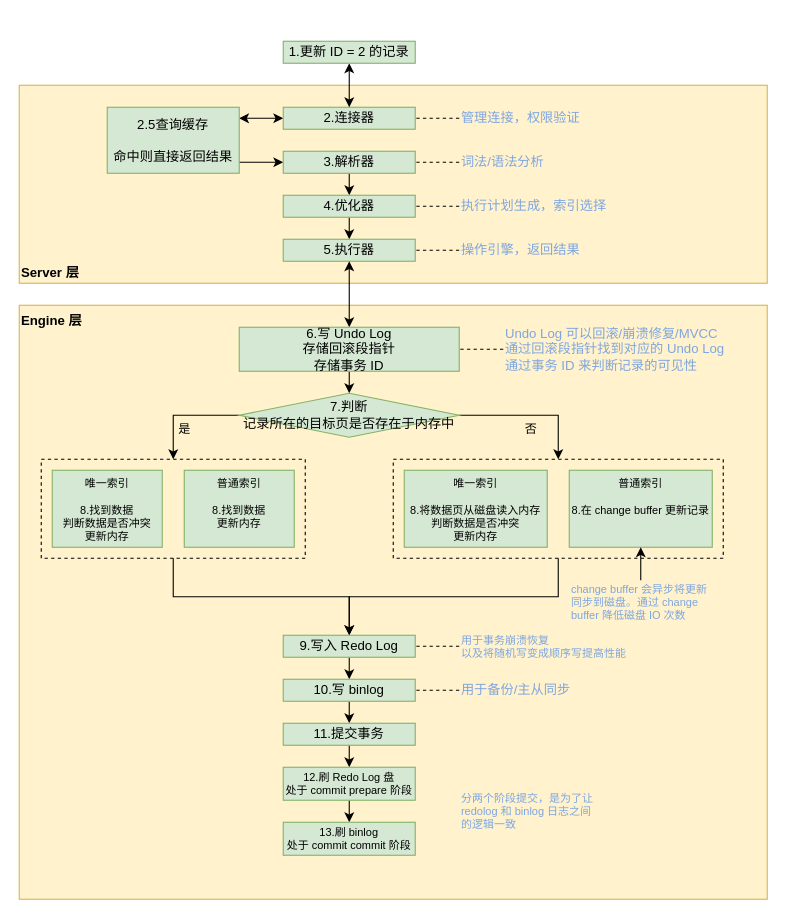
Before: homework/src/main/resources/MySQL 详细执行流程.drawio in YufuMxl/geek_java_practise, a draw.io diagram. Source tidied: cells renumbered, new cells numbered last; positions are measured from the earlier drawing's top-left corner, leaving out a move shared by most shapes. Both pictures are drawn from the tidied source at 110%, with x=0, y=0 at pixel (19, 41).
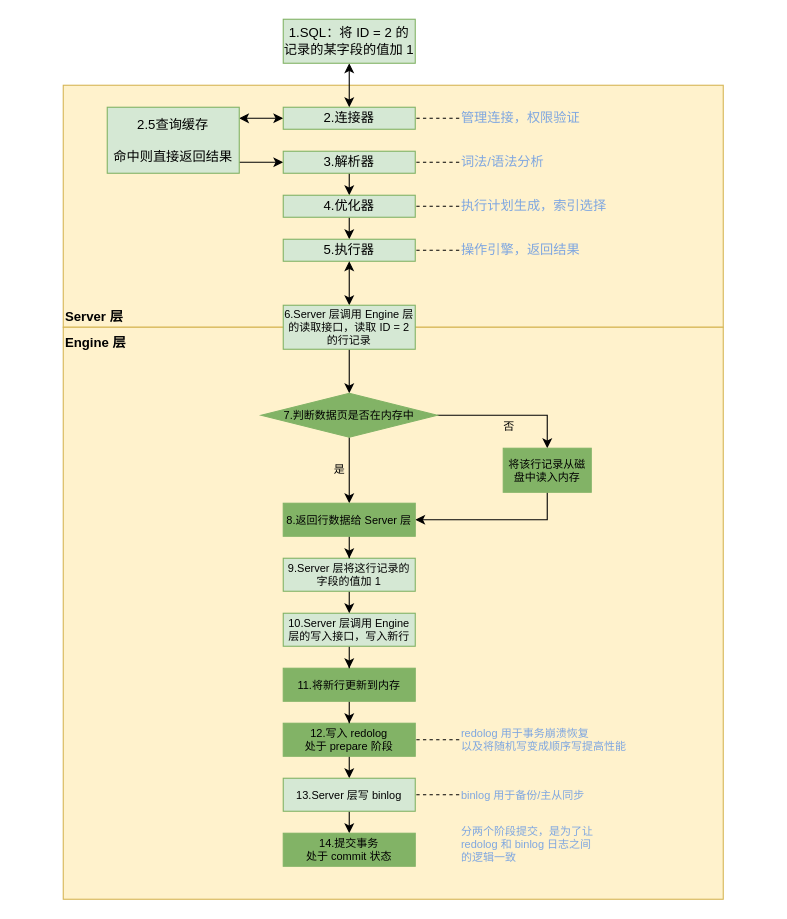
The same diagram, later.

Commit message:
更新MySQL 详细执行流程.drawio

Diff of the diagram source:
```diff
@@
     <mxCell id="2" value="Server 层" style="rounded=0;whiteSpace=wrap;html=1;fillColor=#fff2cc;strokeColor=#d6b656;align=left;verticalAlign=bottom;fontStyle=1;" parent="1" vertex="1">
-      <mxGeometry y="40" width="680" height="180" as="geometry" />
+      <mxGeometry x="40" y="40" width="600" height="220" as="geometry" />
     </mxCell>
@@
-    <mxCell id="13" value="1.更新 ID = 2 的记录" style="rounded=0;whiteSpace=wrap;html=1;fillColor=#d5e8d4;strokeColor=#82b366;" parent="1" vertex="1">
-      <mxGeometry x="240" width="120" height="20" as="geometry" />
+    <mxCell id="13" value="1.SQL：将 ID = 2 的记录的某字段的值加 1" style="rounded=0;whiteSpace=wrap;html=1;fillColor=#d5e8d4;strokeColor=#82b366;" parent="1" vertex="1">
+      <mxGeometry x="240" y="-20" width="120" height="40" as="geometry" />
     </mxCell>
@@
     <mxCell id="22" value="Engine 层" style="rounded=0;whiteSpace=wrap;html=1;fillColor=#fff2cc;strokeColor=#d6b656;align=left;verticalAlign=top;fontStyle=1;" parent="1" vertex="1">
-      <mxGeometry y="240" width="680" height="540" as="geometry" />
+      <mxGeometry x="40" y="260" width="600" height="520" as="geometry" />
     </mxCell>
@@
-    <mxCell id="25" value="&lt;div&gt;6.写 Undo Log&lt;/div&gt;&lt;div&gt;存储回滚段指针&lt;/div&gt;&lt;div&gt;存储事务 ID&lt;br&gt;&lt;/div&gt;" style="rounded=0;whiteSpace=wrap;html=1;fillColor=#d5e8d4;strokeColor=#82b366;" parent="1" vertex="1">
-      <mxGeometry x="200" y="260" width="200" height="40" as="geometry" />
+    <mxCell id="25" value="6.Server 层调用 Engine 层的读取接口，读取 ID = 2 的行记录" style="rounded=0;whiteSpace=wrap;html=1;fillColor=#d5e8d4;strokeColor=#82b366;fontSize=10;" parent="1" vertex="1">
+      <mxGeometry x="240" y="240" width="120" height="40" as="geometry" />
     </mxCell>
-    <mxCell id="26" style="edgeStyle=orthogonalEdgeStyle;rounded=0;jettySize=auto;html=1;entryX=1;entryY=0.5;entryDx=0;entryDy=0;endArrow=none;endFill=0;dashed=1;" parent="1" edge="1" source="27" target="25">
-      <mxGeometry relative="1" as="geometry" />
-    </mxCell>
-    <mxCell id="27" value="&lt;div&gt;Undo Log 可以回滚/崩溃修复/MVCC&lt;/div&gt;&lt;div&gt;通过回滚段指针找到对应的 Undo Log&lt;/div&gt;&lt;div&gt;通过事务 ID 来判断记录的可见性&lt;/div&gt;" style="text;html=1;strokeColor=none;fillColor=none;align=left;verticalAlign=middle;whiteSpace=wrap;rounded=0;fontColor=#7EA6E0;" parent="1" vertex="1">
-      <mxGeometry x="440" y="260" width="210" height="40" as="geometry" />
-    </mxCell>
+    <mxCell id="55" style="edgeStyle=orthogonalEdgeStyle;rounded=0;jettySize=auto;html=1;fontSize=10;" parent="1" edge="1" source="30" target="64">
+      <mxGeometry relative="1" as="geometry" />
+    </mxCell>
-    <mxCell id="28" value="是" style="edgeStyle=orthogonalEdgeStyle;rounded=0;jettySize=auto;html=1;exitX=0;exitY=0.5;exitDx=0;exitDy=0;entryX=0.5;entryY=0;entryDx=0;entryDy=0;startArrow=none;startFill=0;endArrow=classic;endFill=1;labelBackgroundColor=none;verticalAlign=top;" parent="1" edge="1" source="30" target="32">
-      <mxGeometry relative="1" as="geometry" />
+    <mxCell id="28" value="是" style="edgeLabel;html=1;align=center;verticalAlign=middle;fontSize=10;labelBackgroundColor=none;" parent="55" vertex="1">
+      <mxGeometry x="-0.08" y="1" relative="1" as="geometry">
+        <mxPoint x="-11" as="offset" />
+      </mxGeometry>
     </mxCell>
-    <mxCell id="29" value="否" style="edgeStyle=orthogonalEdgeStyle;rounded=0;jettySize=auto;html=1;exitX=1;exitY=0.5;exitDx=0;exitDy=0;entryX=0.5;entryY=0;entryDx=0;entryDy=0;startArrow=none;startFill=0;endArrow=classic;endFill=1;labelBackgroundColor=none;verticalAlign=top;" parent="1" edge="1" source="30" target="34">
-      <mxGeometry relative="1" as="geometry" />
+    <mxCell id="29" value="&lt;div&gt;否&lt;/div&gt;" style="edgeStyle=orthogonalEdgeStyle;rounded=0;jettySize=auto;html=1;entryX=0.5;entryY=0;entryDx=0;entryDy=0;fontSize=10;labelBackgroundColor=none;" parent="1" edge="1" source="30" target="37">
+      <mxGeometry y="-10" relative="1" as="geometry" />
     </mxCell>
-    <mxCell id="30" value="&lt;div&gt;7.判断&lt;/div&gt;&lt;div&gt;记录所在的目标页是否存在于内存中&lt;/div&gt;" style="rhombus;whiteSpace=wrap;html=1;fillColor=#d5e8d4;strokeColor=#82b366;" parent="1" vertex="1">
-      <mxGeometry x="200" y="320" width="200" height="40" as="geometry" />
+    <mxCell id="30" value="&lt;div style=&quot;font-size: 10px;&quot;&gt;7.判断数据页是否在内存中&lt;/div&gt;" style="rhombus;whiteSpace=wrap;html=1;fillColor=#82B366;strokeColor=#82b366;fontSize=10;" parent="1" vertex="1">
+      <mxGeometry x="220" y="320" width="160" height="40" as="geometry" />
     </mxCell>
-    <mxCell id="31" style="edgeStyle=orthogonalEdgeStyle;rounded=0;jettySize=auto;html=1;exitX=0.5;exitY=1;exitDx=0;exitDy=0;entryX=0.5;entryY=0;entryDx=0;entryDy=0;labelBackgroundColor=none;fontSize=10;startArrow=none;startFill=0;endArrow=classic;endFill=1;" parent="1" edge="1" source="32" target="42">
-      <mxGeometry relative="1" as="geometry" />
-    </mxCell>
-    <mxCell id="32" style="rounded=0;whiteSpace=wrap;html=1;fillColor=none;dashed=1;" parent="1" vertex="1">
-      <mxGeometry x="20" y="380" width="240" height="90" as="geometry" />
-    </mxCell>
-    <mxCell id="33" style="edgeStyle=orthogonalEdgeStyle;rounded=0;jettySize=auto;html=1;exitX=0.5;exitY=1;exitDx=0;exitDy=0;entryX=0.5;entryY=0;entryDx=0;entryDy=0;labelBackgroundColor=none;fontSize=10;startArrow=none;startFill=0;endArrow=classic;endFill=1;" parent="1" edge="1" source="34" target="42">
-      <mxGeometry relative="1" as="geometry" />
-    </mxCell>
-    <mxCell id="34" style="rounded=0;whiteSpace=wrap;html=1;fillColor=none;dashed=1;" parent="1" vertex="1">
-      <mxGeometry x="340" y="380" width="300" height="90" as="geometry" />
-    </mxCell>
-    <mxCell id="35" value="&lt;div style=&quot;font-size: 10px;&quot;&gt;唯一索引&lt;/div&gt;&lt;div style=&quot;font-size: 10px;&quot;&gt;&lt;br style=&quot;font-size: 10px;&quot;&gt;&lt;/div&gt;&lt;div style=&quot;font-size: 10px;&quot;&gt;8.找到数据&lt;/div&gt;&lt;div style=&quot;font-size: 10px;&quot;&gt;判断数据是否冲突&lt;/div&gt;&lt;div style=&quot;font-size: 10px;&quot;&gt;更新内存&lt;br style=&quot;font-size: 10px;&quot;&gt;&lt;/div&gt;" style="rounded=0;whiteSpace=wrap;html=1;labelBackgroundColor=none;fillColor=#d5e8d4;strokeColor=#82b366;verticalAlign=top;fontSize=10;" parent="1" vertex="1">
-      <mxGeometry x="30" y="390" width="100" height="70" as="geometry" />
-    </mxCell>
-    <mxCell id="36" value="&lt;div style=&quot;font-size: 10px;&quot;&gt;普通索引&lt;/div&gt;&lt;div style=&quot;font-size: 10px;&quot;&gt;&lt;br style=&quot;font-size: 10px;&quot;&gt;&lt;/div&gt;&lt;div style=&quot;font-size: 10px;&quot;&gt;8.找到数据&lt;/div&gt;&lt;div style=&quot;font-size: 10px;&quot;&gt;更新内存&lt;br style=&quot;font-size: 10px;&quot;&gt;&lt;/div&gt;" style="rounded=0;whiteSpace=wrap;html=1;labelBackgroundColor=none;fillColor=#d5e8d4;strokeColor=#82b366;verticalAlign=top;fontSize=10;" parent="1" vertex="1">
-      <mxGeometry x="150" y="390" width="100" height="70" as="geometry" />
-    </mxCell>
+    <mxCell id="56" style="edgeStyle=orthogonalEdgeStyle;rounded=0;jettySize=auto;html=1;entryX=1;entryY=0.5;entryDx=0;entryDy=0;fontSize=10;exitX=0.5;exitY=1;exitDx=0;exitDy=0;" parent="1" edge="1" source="37" target="64">
+      <mxGeometry relative="1" as="geometry" />
+    </mxCell>
-    <mxCell id="37" value="&lt;div style=&quot;font-size: 10px;&quot;&gt;唯一索引&lt;br style=&quot;font-size: 10px;&quot;&gt;&lt;/div&gt;&lt;div style=&quot;font-size: 10px;&quot;&gt;&lt;br style=&quot;font-size: 10px;&quot;&gt;&lt;/div&gt;&lt;div style=&quot;font-size: 10px;&quot;&gt;8.将数据页从磁盘读入内存&lt;/div&gt;&lt;div style=&quot;font-size: 10px;&quot;&gt;判断数据是否冲突&lt;br style=&quot;font-size: 10px;&quot;&gt;&lt;/div&gt;&lt;div style=&quot;font-size: 10px;&quot;&gt;更新内存&lt;br style=&quot;font-size: 10px;&quot;&gt;&lt;/div&gt;" style="rounded=0;whiteSpace=wrap;html=1;labelBackgroundColor=none;fillColor=#d5e8d4;strokeColor=#82b366;verticalAlign=top;fontSize=10;" parent="1" vertex="1">
-      <mxGeometry x="350" y="390" width="130" height="70" as="geometry" />
+    <mxCell id="37" value="将该行记录从磁盘中读入内存" style="rounded=0;whiteSpace=wrap;html=1;labelBackgroundColor=none;fillColor=#82B366;strokeColor=#82b366;verticalAlign=middle;fontSize=10;" parent="1" vertex="1">
+      <mxGeometry x="440" y="370" width="80" height="40" as="geometry" />
     </mxCell>
-    <mxCell id="38" value="&lt;div style=&quot;font-size: 10px&quot;&gt;普通索引&lt;/div&gt;&lt;div style=&quot;font-size: 10px&quot;&gt;&lt;br style=&quot;font-size: 10px&quot;&gt;&lt;/div&gt;&lt;div style=&quot;font-size: 10px&quot;&gt;8.在 change buffer 更新记录&lt;/div&gt;" style="rounded=0;whiteSpace=wrap;html=1;labelBackgroundColor=none;fillColor=#d5e8d4;strokeColor=#82b366;verticalAlign=top;fontSize=10;" parent="1" vertex="1">
-      <mxGeometry x="500" y="390" width="130" height="70" as="geometry" />
-    </mxCell>
-    <mxCell id="39" style="edgeStyle=orthogonalEdgeStyle;rounded=0;jettySize=auto;html=1;exitX=0.5;exitY=0;exitDx=0;exitDy=0;entryX=0.5;entryY=1;entryDx=0;entryDy=0;labelBackgroundColor=none;fontSize=10;startArrow=none;startFill=0;endArrow=classic;endFill=1;" parent="1" edge="1" source="40" target="38">
-      <mxGeometry relative="1" as="geometry" />
-    </mxCell>
-    <mxCell id="40" value="change buffer 会异步将更新同步到磁盘。通过 change buffer 降低磁盘 IO 次数" style="text;html=1;strokeColor=none;fillColor=none;align=left;verticalAlign=middle;whiteSpace=wrap;rounded=0;fontColor=#7EA6E0;fontSize=10;" parent="1" vertex="1">
-      <mxGeometry x="500" y="490" width="130" height="40" as="geometry" />
-    </mxCell>
-    <mxCell id="41" style="edgeStyle=orthogonalEdgeStyle;rounded=0;jettySize=auto;html=1;exitX=0.5;exitY=1;exitDx=0;exitDy=0;entryX=0.5;entryY=0;entryDx=0;entryDy=0;labelBackgroundColor=none;fontSize=10;startArrow=none;startFill=0;endArrow=classic;endFill=1;" parent="1" edge="1" source="42" target="46">
-      <mxGeometry relative="1" as="geometry" />
-    </mxCell>
-    <mxCell id="42" value="9.写入 Redo Log" style="rounded=0;whiteSpace=wrap;html=1;fillColor=#d5e8d4;strokeColor=#82b366;" parent="1" vertex="1">
-      <mxGeometry x="240" y="540" width="120" height="20" as="geometry" />
-    </mxCell>
-    <mxCell id="43" style="edgeStyle=orthogonalEdgeStyle;rounded=0;jettySize=auto;html=1;exitX=0;exitY=0.5;exitDx=0;exitDy=0;entryX=1;entryY=0.5;entryDx=0;entryDy=0;labelBackgroundColor=none;fontSize=10;startArrow=none;startFill=0;endArrow=none;endFill=0;dashed=1;" parent="1" edge="1" source="44" target="42">
+    <mxCell id="43" style="edgeStyle=orthogonalEdgeStyle;rounded=0;jettySize=auto;html=1;exitX=0;exitY=0.5;exitDx=0;exitDy=0;entryX=1;entryY=0.5;entryDx=0;entryDy=0;labelBackgroundColor=none;fontSize=10;startArrow=none;startFill=0;endArrow=none;endFill=0;dashed=1;" parent="1" edge="1" source="44" target="50">
       <mxGeometry relative="1" as="geometry" />
     </mxCell>
-    <mxCell id="44" value="&lt;div style=&quot;font-size: 10px&quot;&gt;用于事务崩溃恢复&lt;/div&gt;&lt;div style=&quot;font-size: 10px&quot;&gt;以及将随机写变成顺序写提高性能&lt;br style=&quot;font-size: 10px&quot;&gt;&lt;/div&gt;" style="text;html=1;strokeColor=none;fillColor=none;align=left;verticalAlign=middle;whiteSpace=wrap;rounded=0;fontColor=#7EA6E0;fontSize=10;" parent="1" vertex="1">
-      <mxGeometry x="400" y="540" width="160" height="20" as="geometry" />
+    <mxCell id="44" value="redolog 用于事务崩溃恢复&lt;div style=&quot;font-size: 10px&quot;&gt;以及将随机写变成顺序写提高性能&lt;br style=&quot;font-size: 10px&quot;&gt;&lt;/div&gt;" style="text;html=1;strokeColor=none;fillColor=none;align=left;verticalAlign=middle;whiteSpace=wrap;rounded=0;fontColor=#7EA6E0;fontSize=10;" parent="1" vertex="1">
+      <mxGeometry x="400" y="617.5" width="160" height="35" as="geometry" />
     </mxCell>
-    <mxCell id="45" style="edgeStyle=orthogonalEdgeStyle;rounded=0;jettySize=auto;html=1;exitX=0.5;exitY=1;exitDx=0;exitDy=0;entryX=0.5;entryY=0;entryDx=0;entryDy=0;labelBackgroundColor=none;fontSize=10;startArrow=none;startFill=0;endArrow=classic;endFill=1;" parent="1" edge="1" source="46" target="50">
-      <mxGeometry relative="1" as="geometry" />
-    </mxCell>
-    <mxCell id="46" value="10.写 binlog" style="rounded=0;whiteSpace=wrap;html=1;fillColor=#d5e8d4;strokeColor=#82b366;" parent="1" vertex="1">
-      <mxGeometry x="240" y="580" width="120" height="20" as="geometry" />
-    </mxCell>
-    <mxCell id="47" style="edgeStyle=orthogonalEdgeStyle;rounded=0;jettySize=auto;html=1;exitX=0;exitY=0.5;exitDx=0;exitDy=0;entryX=1;entryY=0.5;entryDx=0;entryDy=0;dashed=1;labelBackgroundColor=none;fontSize=10;startArrow=none;startFill=0;endArrow=none;endFill=0;" parent="1" edge="1" source="48" target="46">
+    <mxCell id="47" style="edgeStyle=orthogonalEdgeStyle;rounded=0;jettySize=auto;html=1;exitX=0;exitY=0.5;exitDx=0;exitDy=0;entryX=1;entryY=0.5;entryDx=0;entryDy=0;dashed=1;labelBackgroundColor=none;fontSize=10;startArrow=none;startFill=0;endArrow=none;endFill=0;" parent="1" edge="1" source="48" target="52">
       <mxGeometry relative="1" as="geometry" />
     </mxCell>
-    <mxCell id="48" value="用于备份/主从同步" style="text;html=1;strokeColor=none;fillColor=none;align=left;verticalAlign=middle;whiteSpace=wrap;rounded=0;fontColor=#7EA6E0;" parent="1" vertex="1">
-      <mxGeometry x="400" y="580" width="150" height="20" as="geometry" />
+    <mxCell id="48" value="binlog 用于备份/主从同步" style="text;html=1;strokeColor=none;fillColor=none;align=left;verticalAlign=middle;whiteSpace=wrap;rounded=0;fontColor=#7EA6E0;fontSize=10;" parent="1" vertex="1">
+      <mxGeometry x="400" y="675" width="150" height="20" as="geometry" />
     </mxCell>
@@
-    <mxCell id="50" value="11.提交事务" style="rounded=0;whiteSpace=wrap;html=1;fillColor=#d5e8d4;strokeColor=#82b366;" parent="1" vertex="1">
-      <mxGeometry x="240" y="620" width="120" height="20" as="geometry" />
+    <mxCell id="50" value="&lt;div style=&quot;font-size: 10px;&quot;&gt;12.写入 redolog&lt;br style=&quot;font-size: 10px;&quot;&gt;&lt;/div&gt;处于 prepare 阶段" style="rounded=0;whiteSpace=wrap;html=1;fillColor=#82B366;strokeColor=#82b366;fontSize=10;" parent="1" vertex="1">
+      <mxGeometry x="240" y="620" width="120" height="30" as="geometry" />
     </mxCell>
@@
-    <mxCell id="52" value="&lt;div style=&quot;font-size: 10px;&quot;&gt;12.刷 Redo Log 盘&lt;/div&gt;&lt;div style=&quot;font-size: 10px;&quot;&gt;处于 commit prepare 阶段&lt;br style=&quot;font-size: 10px;&quot;&gt;&lt;/div&gt;" style="rounded=0;whiteSpace=wrap;html=1;fillColor=#d5e8d4;strokeColor=#82b366;fontSize=10;" parent="1" vertex="1">
-      <mxGeometry x="240" y="660" width="120" height="30" as="geometry" />
+    <mxCell id="52" value="&lt;div style=&quot;font-size: 10px;&quot;&gt;13.Server 层写 binlog&lt;/div&gt;" style="rounded=0;whiteSpace=wrap;html=1;fillColor=#d5e8d4;strokeColor=#82b366;fontSize=10;" parent="1" vertex="1">
+      <mxGeometry x="240" y="670" width="120" height="30" as="geometry" />
     </mxCell>
-    <mxCell id="53" value="&lt;div style=&quot;font-size: 10px;&quot;&gt;13.刷 binlog&lt;/div&gt;&lt;div style=&quot;font-size: 10px;&quot;&gt;处于 commit commit 阶段&lt;br style=&quot;font-size: 10px;&quot;&gt;&lt;/div&gt;" style="rounded=0;whiteSpace=wrap;html=1;fillColor=#d5e8d4;strokeColor=#82b366;fontSize=10;" parent="1" vertex="1">
-      <mxGeometry x="240" y="710" width="120" height="30" as="geometry" />
+    <mxCell id="53" value="&lt;div style=&quot;font-size: 10px;&quot;&gt;14.提交事务&lt;/div&gt;&lt;div style=&quot;font-size: 10px;&quot;&gt;处于 commit 状态&lt;br style=&quot;font-size: 10px;&quot;&gt;&lt;/div&gt;" style="rounded=0;whiteSpace=wrap;html=1;fillColor=#82B366;strokeColor=#82b366;fontSize=10;" parent="1" vertex="1">
+      <mxGeometry x="240" y="720" width="120" height="30" as="geometry" />
     </mxCell>
     <mxCell id="54" value="分两个阶段提交，是为了让 redolog 和 binlog 日志之间的逻辑一致" style="text;html=1;strokeColor=none;fillColor=none;align=left;verticalAlign=middle;whiteSpace=wrap;rounded=0;fontColor=#7EA6E0;fontSize=10;" parent="1" vertex="1">
-      <mxGeometry x="400" y="680" width="130" height="40" as="geometry" />
+      <mxGeometry x="400" y="710" width="130" height="40" as="geometry" />
     </mxCell>
+    <mxCell id="57" style="edgeStyle=orthogonalEdgeStyle;rounded=0;jettySize=auto;html=1;entryX=0.5;entryY=0;entryDx=0;entryDy=0;fontSize=10;" parent="1" edge="1" source="58" target="50">
+      <mxGeometry relative="1" as="geometry" />
+    </mxCell>
+    <mxCell id="58" value="&lt;div style=&quot;font-size: 10px;&quot;&gt;11.将新行更新到内存&lt;/div&gt;" style="rounded=0;whiteSpace=wrap;html=1;fillColor=#82B366;strokeColor=#82b366;fontSize=10;" parent="1" vertex="1">
+      <mxGeometry x="240" y="570" width="120" height="30" as="geometry" />
+    </mxCell>
+    <mxCell id="59" style="edgeStyle=orthogonalEdgeStyle;rounded=0;jettySize=auto;html=1;entryX=0.5;entryY=0;entryDx=0;entryDy=0;fontSize=10;" parent="1" edge="1" source="60" target="58">
+      <mxGeometry relative="1" as="geometry" />
+    </mxCell>
+    <mxCell id="60" value="&lt;div style=&quot;font-size: 10px;&quot;&gt;10.Server 层调用 Engine 层的写入接口，写入新行&lt;/div&gt;" style="rounded=0;whiteSpace=wrap;html=1;fillColor=#d5e8d4;strokeColor=#82b366;fontSize=10;" parent="1" vertex="1">
+      <mxGeometry x="240" y="520" width="120" height="30" as="geometry" />
+    </mxCell>
+    <mxCell id="61" style="edgeStyle=orthogonalEdgeStyle;rounded=0;jettySize=auto;html=1;exitX=0.5;exitY=1;exitDx=0;exitDy=0;entryX=0.5;entryY=0;entryDx=0;entryDy=0;fontSize=10;" parent="1" edge="1" source="62" target="60">
+      <mxGeometry relative="1" as="geometry" />
+    </mxCell>
+    <mxCell id="62" value="&lt;div style=&quot;font-size: 10px;&quot;&gt;9.Server 层将这行记录的字段的值加 1&lt;br&gt;&lt;/div&gt;" style="rounded=0;whiteSpace=wrap;html=1;fillColor=#d5e8d4;strokeColor=#82b366;fontSize=10;" parent="1" vertex="1">
+      <mxGeometry x="240" y="470" width="120" height="30" as="geometry" />
+    </mxCell>
+    <mxCell id="63" style="edgeStyle=orthogonalEdgeStyle;rounded=0;jettySize=auto;html=1;entryX=0.5;entryY=0;entryDx=0;entryDy=0;labelBackgroundColor=none;fontSize=10;" parent="1" edge="1" source="64" target="62">
+      <mxGeometry relative="1" as="geometry" />
+    </mxCell>
+    <mxCell id="64" value="&lt;div style=&quot;font-size: 10px;&quot;&gt;8.返回行数据给 Server 层&lt;br&gt;&lt;/div&gt;" style="rounded=0;whiteSpace=wrap;html=1;fillColor=#82B366;strokeColor=#82b366;fontSize=10;" parent="1" vertex="1">
+      <mxGeometry x="240" y="420" width="120" height="30" as="geometry" />
+    </mxCell>
```
